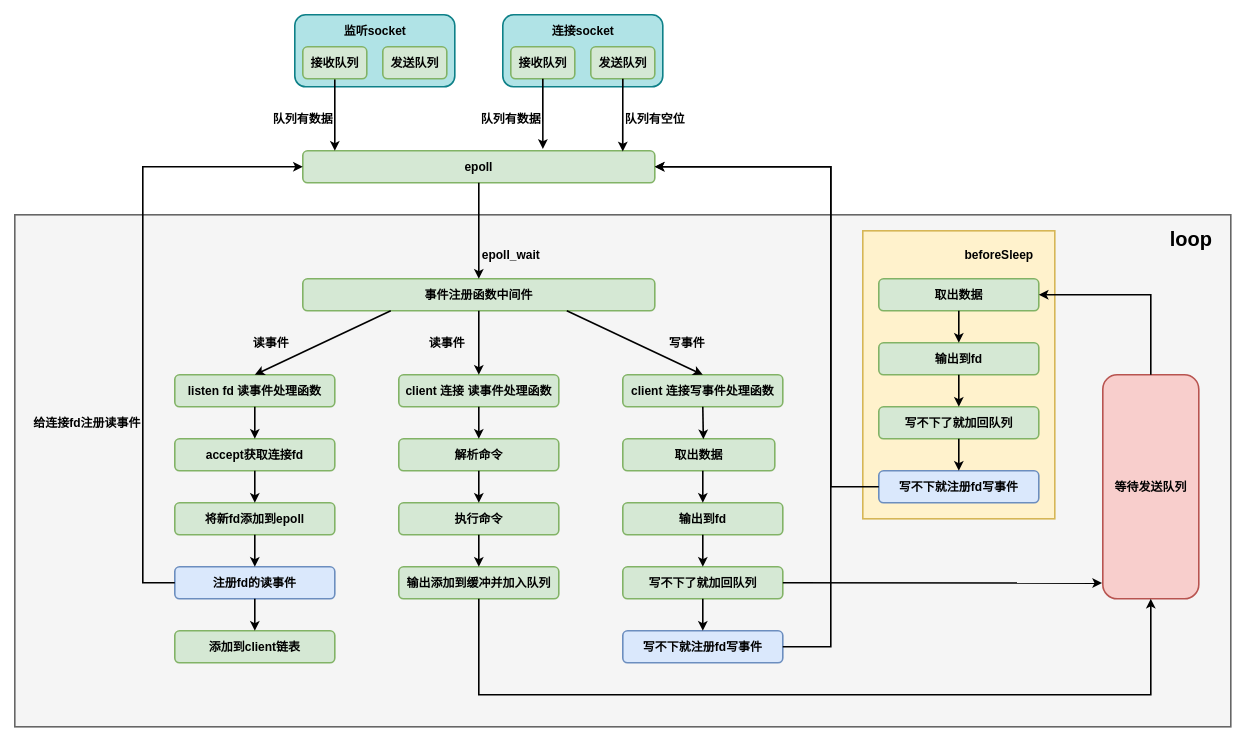
donscoco/diagrams keeps this draw.io diagram as redis/redis-netio-1.drawio. Above is the earlier version. Source tidied: cells renumbered, new cells numbered last; positions are measured from the earlier drawing's top-left corner, leaving out a move shared by most shapes. Both pictures are drawn from the tidied source at 80%, with x=0, y=0 at pixel (14, 14).
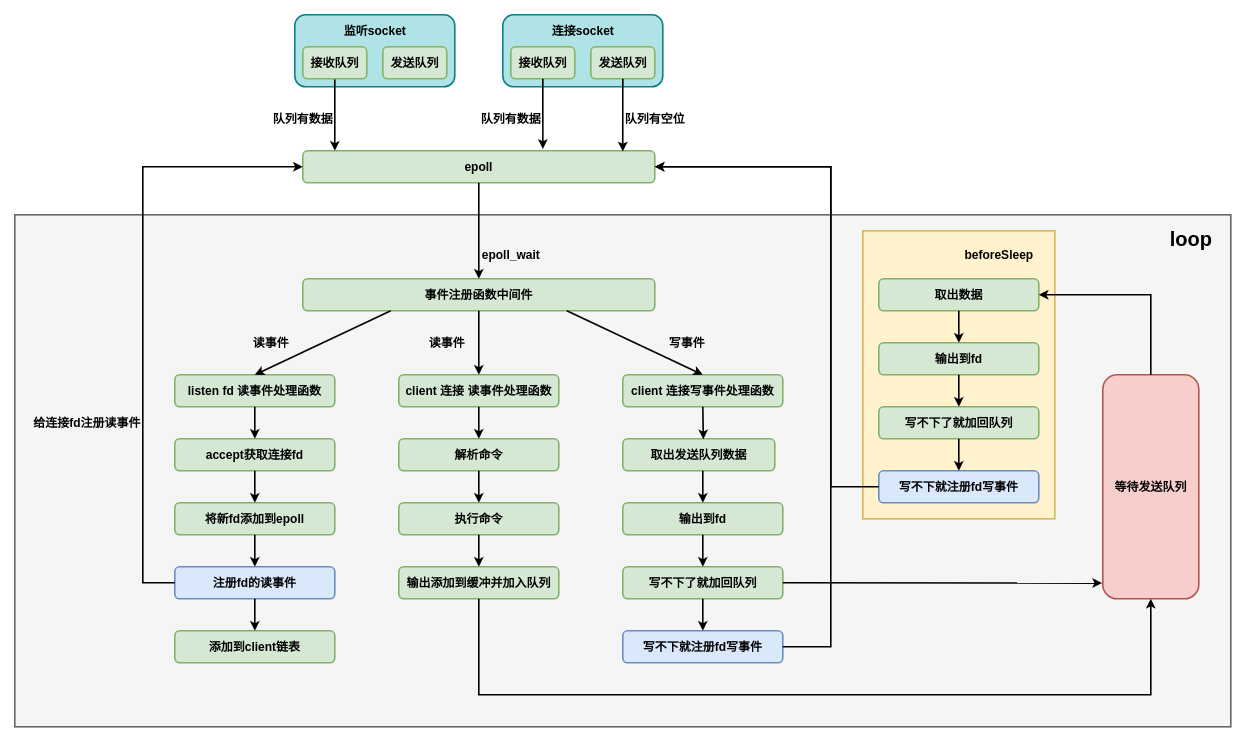
The same diagram, later.

Diff of the diagram source:
```diff
@@
-    <mxCell id="16" value="&lt;b style=&quot;border-color: var(--border-color); font-size: 15px;&quot;&gt;取出数据&lt;/b&gt;" style="rounded=1;whiteSpace=wrap;html=1;strokeWidth=2;fillWeight=4;hachureGap=8;hachureAngle=45;fillColor=#d5e8d4;strokeColor=#82b366;fontSize=15;" parent="1" vertex="1">
+    <mxCell id="16" value="&lt;b style=&quot;border-color: var(--border-color); font-size: 15px;&quot;&gt;取出发送队列数据&lt;/b&gt;" style="rounded=1;whiteSpace=wrap;html=1;strokeWidth=2;fillWeight=4;hachureGap=8;hachureAngle=45;fillColor=#d5e8d4;strokeColor=#82b366;fontSize=15;" parent="1" vertex="1">
       <mxGeometry x="760" y="530" width="190" height="40" as="geometry" />
     </mxCell>
```
